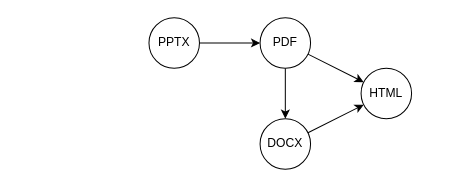
Mortbros/document-merger keeps this draw.io diagram as conversion_diagram.drawio. Above is the earlier version. Source tidied: cells renumbered, new cells numbered last; positions are measured from the earlier drawing's top-left corner, leaving out a move shared by most shapes. Both pictures are drawn from the tidied source at 101%, with x=0, y=0 at pixel (148, 17).
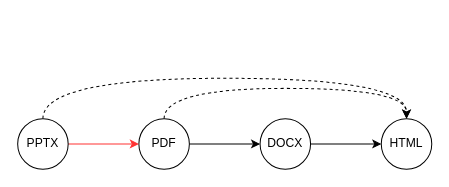
The same page after the edit.

Commit message:
Update conversion diagram

Change to the diagram source:
```diff
@@
 <mxGraphModel>
   <root>
     <mxCell id="0" />
     <mxCell id="1" parent="0" />
     <mxCell id="2" style="rounded=0;jettySize=auto;html=1;" parent="1" edge="1" source="4" target="7">
       <mxGeometry relative="1" as="geometry" />
     </mxCell>
-    <mxCell id="3" style="rounded=0;jettySize=auto;html=1;" parent="1" edge="1" source="4" target="5">
-      <mxGeometry relative="1" as="geometry" />
+    <mxCell id="3" style="edgeStyle=orthogonalEdgeStyle;rounded=0;jettySize=auto;html=1;elbow=vertical;curved=1;dashed=1;" parent="1" edge="1" source="4" target="5">
+      <mxGeometry relative="1" as="geometry">
+        <Array as="points">
+          <mxPoint x="15" y="70" />
+          <mxPoint x="255" y="70" />
+        </Array>
+      </mxGeometry>
     </mxCell>
     <mxCell id="4" value="PDF" style="ellipse;whiteSpace=wrap;html=1;" parent="1" vertex="1">
-      <mxGeometry x="110" width="50" height="50" as="geometry" />
+      <mxGeometry x="-10" y="100" width="50" height="50" as="geometry" />
     </mxCell>
     <mxCell id="5" value="HTML" style="ellipse;whiteSpace=wrap;html=1;" parent="1" vertex="1">
-      <mxGeometry x="210" y="50" width="50" height="50" as="geometry" />
+      <mxGeometry x="230" y="100" width="50" height="50" as="geometry" />
     </mxCell>
     <mxCell id="6" style="rounded=0;jettySize=auto;html=1;" parent="1" edge="1" source="7" target="5">
       <mxGeometry relative="1" as="geometry" />
     </mxCell>
     <mxCell id="7" value="DOCX" style="ellipse;whiteSpace=wrap;html=1;" parent="1" vertex="1">
       <mxGeometry x="110" y="100" width="50" height="50" as="geometry" />
     </mxCell>
-    <mxCell id="8" style="rounded=0;jettySize=auto;html=1;" parent="1" edge="1" source="9" target="4">
+    <mxCell id="8" style="rounded=0;jettySize=auto;html=1;strokeColor=#FF3333;" parent="1" edge="1" source="9" target="4">
       <mxGeometry relative="1" as="geometry" />
     </mxCell>
+    <mxCell id="10" style="edgeStyle=orthogonalEdgeStyle;curved=1;rounded=0;jettySize=auto;html=1;dashed=1;" parent="1" edge="1" source="9" target="5">
+      <mxGeometry relative="1" as="geometry">
+        <Array as="points">
+          <mxPoint x="-105" y="60" />
+          <mxPoint x="255" y="60" />
+        </Array>
+      </mxGeometry>
+    </mxCell>
     <mxCell id="9" value="PPTX" style="ellipse;whiteSpace=wrap;html=1;" parent="1" vertex="1">
-      <mxGeometry width="50" height="50" as="geometry" />
+      <mxGeometry x="-130" y="100" width="50" height="50" as="geometry" />
     </mxCell>
   </root>
 </mxGraphModel>
```
